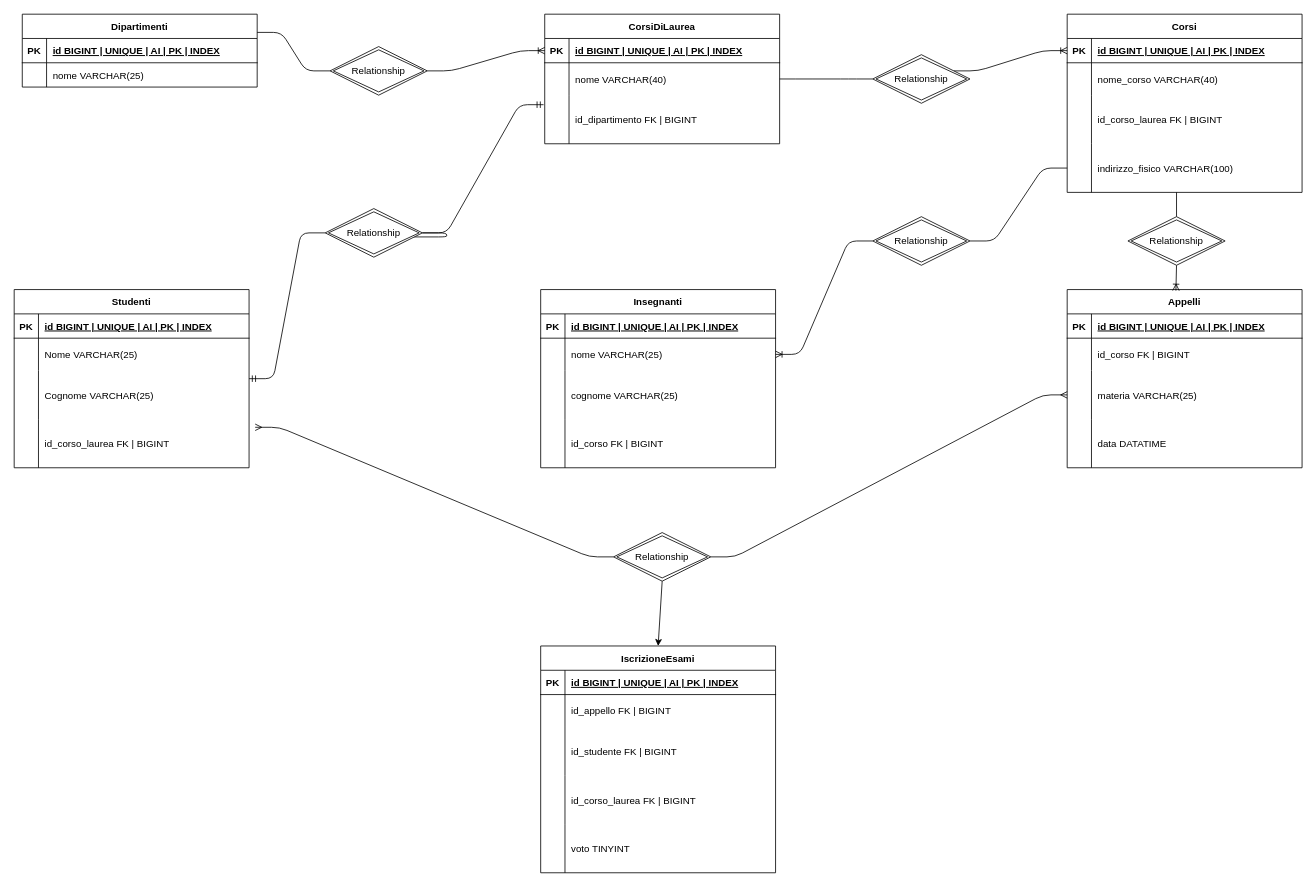
Kasketto001/db-university keeps this draw.io diagram as concept.drawio. Above is the earlier version. Source tidied: cells renumbered, new cells numbered last; positions are measured from the earlier drawing's top-left corner, leaving out a move shared by most shapes. Both pictures are drawn from the tidied source at 81%, with x=0, y=0 at pixel (14, 14).
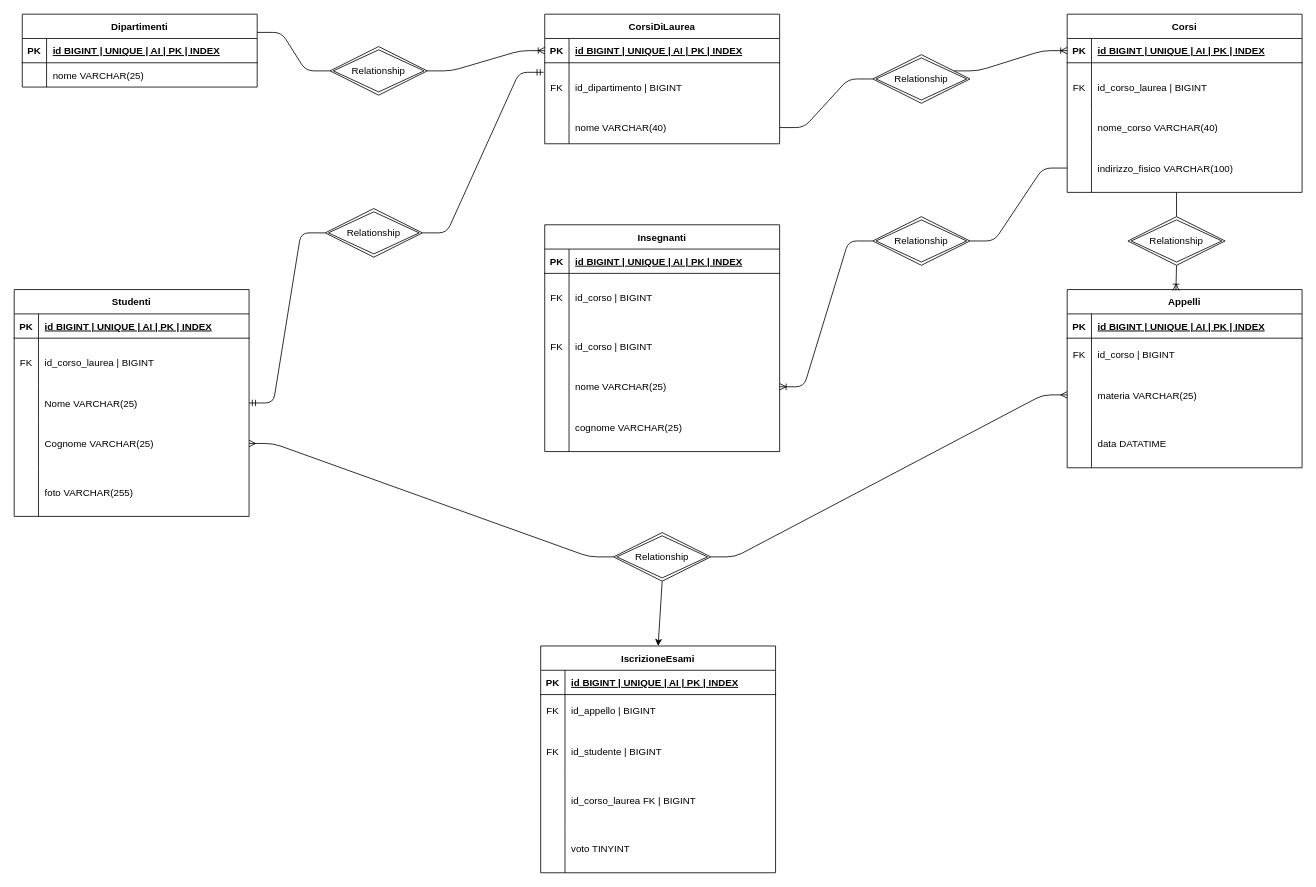
The same diagram, later.

Commit message (it also covers changes not shown here):
Add Concept png and refactoring

Unchanged cells that the change refers to:
```xml
<mxCell id="9" value="CorsiDiLaurea" style="shape=table;startSize=30;childLayout=tableLayout;rowLines=0;fontStyle=1;align=center;" parent="1" vertex="1">
  <mxGeometry x="655" width="290" height="160" as="geometry" />
</mxCell>
<mxCell id="19" value="Corsi" style="shape=table;startSize=30;childLayout=tableLayout;rowLines=0;fontStyle=1;align=center;" parent="1" vertex="1">
  <mxGeometry x="1300" width="290" height="220" as="geometry" />
</mxCell>
<mxCell id="49" style="shape=tableRow;horizontal=0;startSize=0;swimlaneHead=0;swimlaneBody=0;fillColor=none;top=0;left=0;right=0;bottom=0;" parent="45" vertex="1">
  <mxGeometry y="60" width="290" height="40" as="geometry" />
</mxCell>
<mxCell id="75" style="shape=tableRow;horizontal=0;startSize=0;swimlaneHead=0;swimlaneBody=0;fillColor=none;top=0;left=0;right=0;bottom=0;" parent="71" vertex="1">
  <mxGeometry y="60" width="290" height="40" as="geometry" />
</mxCell>
<mxCell id="78" style="shape=tableRow;horizontal=0;startSize=0;swimlaneHead=0;swimlaneBody=0;fillColor=none;top=0;left=0;right=0;bottom=0;" parent="71" vertex="1">
  <mxGeometry y="100" width="290" height="60" as="geometry" />
</mxCell>
<mxCell id="104" value="Relationship" style="shape=rhombus;double=1;perimeter=rhombusPerimeter;whiteSpace=wrap;html=1;align=center;" parent="1" vertex="1">
  <mxGeometry x="740" y="640" width="120" height="60" as="geometry" />
</mxCell>
<mxCell id="106" value="Relationship" style="shape=rhombus;double=1;perimeter=rhombusPerimeter;whiteSpace=wrap;html=1;align=center;" parent="1" vertex="1">
  <mxGeometry x="384" y="240" width="120" height="60" as="geometry" />
</mxCell>
```

Diff of the diagram source:
```diff
@@
+    <mxCell id="16" style="shape=tableRow;horizontal=0;startSize=0;swimlaneHead=0;swimlaneBody=0;fillColor=none;points=[[0,0.5],[1,0.5]];portConstraint=eastwest;top=0;left=0;right=0;bottom=0;" parent="9" vertex="1">
+      <mxGeometry y="60" width="290" height="60" as="geometry" />
+    </mxCell>
+    <mxCell id="17" value="FK" style="shape=partialRectangle;fillColor=none;top=0;left=0;bottom=0;right=0;overflow=hidden;" parent="16" vertex="1">
+      <mxGeometry width="30" height="60" as="geometry" />
+    </mxCell>
+    <mxCell id="18" value="id_dipartimento | BIGINT " style="shape=partialRectangle;fillColor=none;top=0;left=0;bottom=0;right=0;align=left;spacingLeft=6;overflow=hidden;" parent="16" vertex="1">
+      <mxGeometry x="30" width="260" height="60" as="geometry" />
+    </mxCell>
     <mxCell id="13" style="shape=tableRow;horizontal=0;startSize=0;swimlaneHead=0;swimlaneBody=0;fillColor=none;points=[[0,0.5],[1,0.5]];portConstraint=eastwest;top=0;left=0;right=0;bottom=0;" parent="9" vertex="1">
-      <mxGeometry y="60" width="290" height="40" as="geometry" />
+      <mxGeometry y="120" width="290" height="40" as="geometry" />
     </mxCell>
@@
-    <mxCell id="16" style="shape=tableRow;horizontal=0;startSize=0;swimlaneHead=0;swimlaneBody=0;fillColor=none;points=[[0,0.5],[1,0.5]];portConstraint=eastwest;top=0;left=0;right=0;bottom=0;" parent="9" vertex="1">
-      <mxGeometry y="100" width="290" height="60" as="geometry" />
-    </mxCell>
-    <mxCell id="17" style="shape=partialRectangle;fillColor=none;top=0;left=0;bottom=0;right=0;overflow=hidden;" parent="16" vertex="1">
-      <mxGeometry width="30" height="60" as="geometry" />
-    </mxCell>
-    <mxCell id="18" value="id_dipartimento FK | BIGINT " style="shape=partialRectangle;fillColor=none;top=0;left=0;bottom=0;right=0;align=left;spacingLeft=6;overflow=hidden;" parent="16" vertex="1">
-      <mxGeometry x="30" width="260" height="60" as="geometry" />
-    </mxCell>
@@
+    <mxCell id="26" style="shape=tableRow;horizontal=0;startSize=0;swimlaneHead=0;swimlaneBody=0;fillColor=none;top=0;left=0;right=0;bottom=0;" parent="19" vertex="1">
+      <mxGeometry y="60" width="290" height="60" as="geometry" />
+    </mxCell>
+    <mxCell id="27" value="FK" style="shape=partialRectangle;fillColor=none;top=0;left=0;bottom=0;right=0;overflow=hidden;" parent="26" vertex="1">
+      <mxGeometry width="30" height="60" as="geometry" />
+    </mxCell>
+    <mxCell id="28" value="id_corso_laurea | BIGINT " style="shape=partialRectangle;fillColor=none;top=0;left=0;bottom=0;right=0;align=left;spacingLeft=6;overflow=hidden;" parent="26" vertex="1">
+      <mxGeometry x="30" width="260" height="60" as="geometry" />
+    </mxCell>
     <mxCell id="23" style="shape=tableRow;horizontal=0;startSize=0;swimlaneHead=0;swimlaneBody=0;fillColor=none;top=0;left=0;right=0;bottom=0;" parent="19" vertex="1">
-      <mxGeometry y="60" width="290" height="40" as="geometry" />
+      <mxGeometry y="120" width="290" height="40" as="geometry" />
     </mxCell>
@@
-    <mxCell id="26" style="shape=tableRow;horizontal=0;startSize=0;swimlaneHead=0;swimlaneBody=0;fillColor=none;top=0;left=0;right=0;bottom=0;" parent="19" vertex="1">
-      <mxGeometry y="100" width="290" height="60" as="geometry" />
-    </mxCell>
-    <mxCell id="27" style="shape=partialRectangle;fillColor=none;top=0;left=0;bottom=0;right=0;overflow=hidden;" parent="26" vertex="1">
-      <mxGeometry width="30" height="60" as="geometry" />
-    </mxCell>
-    <mxCell id="28" value="id_corso_laurea FK | BIGINT " style="shape=partialRectangle;fillColor=none;top=0;left=0;bottom=0;right=0;align=left;spacingLeft=6;overflow=hidden;" parent="26" vertex="1">
-      <mxGeometry x="30" width="260" height="60" as="geometry" />
-    </mxCell>
@@
     <mxCell id="32" value="Insegnanti" style="shape=table;startSize=30;childLayout=tableLayout;rowLines=0;fontStyle=1;align=center;" parent="1" vertex="1">
-      <mxGeometry x="650" y="340" width="290" height="220" as="geometry" />
+      <mxGeometry x="655" y="260" width="290" height="280" as="geometry" />
     </mxCell>
@@
+    <mxCell id="42" style="shape=tableRow;horizontal=0;startSize=0;swimlaneHead=0;swimlaneBody=0;fillColor=none;top=0;left=0;right=0;bottom=0;" parent="32" vertex="1">
+      <mxGeometry y="60" width="290" height="60" as="geometry" />
+    </mxCell>
+    <mxCell id="43" value="FK" style="shape=partialRectangle;fillColor=none;top=0;left=0;bottom=0;right=0;overflow=hidden;" parent="42" vertex="1">
+      <mxGeometry width="30" height="60" as="geometry" />
+    </mxCell>
+    <mxCell id="44" value="id_corso | BIGINT " style="shape=partialRectangle;fillColor=none;top=0;left=0;bottom=0;right=0;align=left;spacingLeft=6;overflow=hidden;" parent="42" vertex="1">
+      <mxGeometry x="30" width="260" height="60" as="geometry" />
+    </mxCell>
+    <mxCell id="107" style="shape=tableRow;horizontal=0;startSize=0;swimlaneHead=0;swimlaneBody=0;fillColor=none;top=0;left=0;right=0;bottom=0;" parent="32" vertex="1">
+      <mxGeometry y="120" width="290" height="60" as="geometry" />
+    </mxCell>
+    <mxCell id="108" value="FK" style="shape=partialRectangle;fillColor=none;top=0;left=0;bottom=0;right=0;overflow=hidden;" parent="107" vertex="1">
+      <mxGeometry width="30" height="60" as="geometry" />
+    </mxCell>
+    <mxCell id="109" value="id_corso | BIGINT " style="shape=partialRectangle;fillColor=none;top=0;left=0;bottom=0;right=0;align=left;spacingLeft=6;overflow=hidden;" parent="107" vertex="1">
+      <mxGeometry x="30" width="260" height="60" as="geometry" />
+    </mxCell>
     <mxCell id="36" style="shape=tableRow;horizontal=0;startSize=0;swimlaneHead=0;swimlaneBody=0;fillColor=none;points=[[0,0.5],[1,0.5]];portConstraint=eastwest;top=0;left=0;right=0;bottom=0;" parent="32" vertex="1">
-      <mxGeometry y="60" width="290" height="40" as="geometry" />
+      <mxGeometry y="180" width="290" height="40" as="geometry" />
     </mxCell>
@@
     <mxCell id="39" style="shape=tableRow;horizontal=0;startSize=0;swimlaneHead=0;swimlaneBody=0;fillColor=none;top=0;left=0;right=0;bottom=0;" parent="32" vertex="1">
-      <mxGeometry y="100" width="290" height="60" as="geometry" />
+      <mxGeometry y="220" width="290" height="60" as="geometry" />
     </mxCell>
@@
-    <mxCell id="42" style="shape=tableRow;horizontal=0;startSize=0;swimlaneHead=0;swimlaneBody=0;fillColor=none;top=0;left=0;right=0;bottom=0;" parent="32" vertex="1">
-      <mxGeometry y="160" width="290" height="60" as="geometry" />
-    </mxCell>
-    <mxCell id="43" style="shape=partialRectangle;fillColor=none;top=0;left=0;bottom=0;right=0;overflow=hidden;" parent="42" vertex="1">
-      <mxGeometry width="30" height="60" as="geometry" />
-    </mxCell>
-    <mxCell id="44" value="id_corso FK | BIGINT " style="shape=partialRectangle;fillColor=none;top=0;left=0;bottom=0;right=0;align=left;spacingLeft=6;overflow=hidden;" parent="42" vertex="1">
-      <mxGeometry x="30" width="260" height="60" as="geometry" />
-    </mxCell>
@@
-    <mxCell id="50" style="shape=partialRectangle;fillColor=none;top=0;left=0;bottom=0;right=0;overflow=hidden;" parent="49" vertex="1">
+    <mxCell id="50" value="FK" style="shape=partialRectangle;fillColor=none;top=0;left=0;bottom=0;right=0;overflow=hidden;" parent="49" vertex="1">
       <mxGeometry width="30" height="40" as="geometry" />
     </mxCell>
-    <mxCell id="51" value="id_corso FK | BIGINT " style="shape=partialRectangle;fillColor=none;top=0;left=0;bottom=0;right=0;align=left;spacingLeft=6;overflow=hidden;" parent="49" vertex="1">
+    <mxCell id="51" value="id_corso | BIGINT " style="shape=partialRectangle;fillColor=none;top=0;left=0;bottom=0;right=0;align=left;spacingLeft=6;overflow=hidden;" parent="49" vertex="1">
       <mxGeometry x="30" width="260" height="40" as="geometry" />
     </mxCell>
@@
     <mxCell id="58" value="Studenti" style="shape=table;startSize=30;childLayout=tableLayout;rowLines=0;fontStyle=1;align=center;" parent="1" vertex="1">
-      <mxGeometry y="340" width="290" height="220" as="geometry" />
+      <mxGeometry y="340" width="290" height="280" as="geometry" />
     </mxCell>
@@
+    <mxCell id="68" style="shape=tableRow;horizontal=0;startSize=0;swimlaneHead=0;swimlaneBody=0;fillColor=none;points=[[0,0.5],[1,0.5]];portConstraint=eastwest;top=0;left=0;right=0;bottom=0;" parent="58" vertex="1">
+      <mxGeometry y="60" width="290" height="60" as="geometry" />
+    </mxCell>
+    <mxCell id="69" value="FK" style="shape=partialRectangle;fillColor=none;top=0;left=0;bottom=0;right=0;overflow=hidden;" parent="68" vertex="1">
+      <mxGeometry width="30" height="60" as="geometry" />
+    </mxCell>
+    <mxCell id="70" value="id_corso_laurea | BIGINT " style="shape=partialRectangle;fillColor=none;top=0;left=0;bottom=0;right=0;align=left;spacingLeft=6;overflow=hidden;" parent="68" vertex="1">
+      <mxGeometry x="30" width="260" height="60" as="geometry" />
+    </mxCell>
     <mxCell id="62" style="shape=tableRow;horizontal=0;startSize=0;swimlaneHead=0;swimlaneBody=0;fillColor=none;top=0;left=0;right=0;bottom=0;" parent="58" vertex="1">
-      <mxGeometry y="60" width="290" height="40" as="geometry" />
+      <mxGeometry y="120" width="290" height="40" as="geometry" />
     </mxCell>
@@
     <mxCell id="65" style="shape=tableRow;horizontal=0;startSize=0;swimlaneHead=0;swimlaneBody=0;fillColor=none;points=[[0,0.5],[1,0.5]];portConstraint=eastwest;top=0;left=0;right=0;bottom=0;" parent="58" vertex="1">
-      <mxGeometry y="100" width="290" height="60" as="geometry" />
+      <mxGeometry y="160" width="290" height="60" as="geometry" />
     </mxCell>
@@
-    <mxCell id="68" style="shape=tableRow;horizontal=0;startSize=0;swimlaneHead=0;swimlaneBody=0;fillColor=none;points=[[0,0.5],[1,0.5]];portConstraint=eastwest;top=0;left=0;right=0;bottom=0;" parent="58" vertex="1">
-      <mxGeometry y="160" width="290" height="60" as="geometry" />
-    </mxCell>
-    <mxCell id="69" style="shape=partialRectangle;fillColor=none;top=0;left=0;bottom=0;right=0;overflow=hidden;" parent="68" vertex="1">
-      <mxGeometry width="30" height="60" as="geometry" />
-    </mxCell>
-    <mxCell id="70" value="id_corso_laurea FK | BIGINT " style="shape=partialRectangle;fillColor=none;top=0;left=0;bottom=0;right=0;align=left;spacingLeft=6;overflow=hidden;" parent="68" vertex="1">
-      <mxGeometry x="30" width="260" height="60" as="geometry" />
-    </mxCell>
+    <mxCell id="110" style="shape=tableRow;horizontal=0;startSize=0;swimlaneHead=0;swimlaneBody=0;fillColor=none;top=0;left=0;right=0;bottom=0;" parent="58" vertex="1">
+      <mxGeometry y="220" width="290" height="60" as="geometry" />
+    </mxCell>
+    <mxCell id="111" style="shape=partialRectangle;fillColor=none;top=0;left=0;bottom=0;right=0;overflow=hidden;" parent="110" vertex="1">
+      <mxGeometry width="30" height="60" as="geometry" />
+    </mxCell>
+    <mxCell id="112" value="foto VARCHAR(255) " style="shape=partialRectangle;fillColor=none;top=0;left=0;bottom=0;right=0;align=left;spacingLeft=6;overflow=hidden;" parent="110" vertex="1">
+      <mxGeometry x="30" width="260" height="60" as="geometry" />
+    </mxCell>
@@
-    <mxCell id="76" style="shape=partialRectangle;fillColor=none;top=0;left=0;bottom=0;right=0;overflow=hidden;" parent="75" vertex="1">
+    <mxCell id="76" value="FK" style="shape=partialRectangle;fillColor=none;top=0;left=0;bottom=0;right=0;overflow=hidden;" parent="75" vertex="1">
       <mxGeometry width="30" height="40" as="geometry" />
     </mxCell>
-    <mxCell id="77" value="id_appello FK | BIGINT " style="shape=partialRectangle;fillColor=none;top=0;left=0;bottom=0;right=0;align=left;spacingLeft=6;overflow=hidden;" parent="75" vertex="1">
+    <mxCell id="77" value="id_appello | BIGINT " style="shape=partialRectangle;fillColor=none;top=0;left=0;bottom=0;right=0;align=left;spacingLeft=6;overflow=hidden;" parent="75" vertex="1">
       <mxGeometry x="30" width="260" height="40" as="geometry" />
     </mxCell>
@@
-    <mxCell id="79" style="shape=partialRectangle;fillColor=none;top=0;left=0;bottom=0;right=0;overflow=hidden;" parent="78" vertex="1">
+    <mxCell id="79" value="FK" style="shape=partialRectangle;fillColor=none;top=0;left=0;bottom=0;right=0;overflow=hidden;" parent="78" vertex="1">
       <mxGeometry width="30" height="60" as="geometry" />
     </mxCell>
-    <mxCell id="80" value="id_studente FK | BIGINT " style="shape=partialRectangle;fillColor=none;top=0;left=0;bottom=0;right=0;align=left;spacingLeft=6;overflow=hidden;" parent="78" vertex="1">
+    <mxCell id="80" value="id_studente | BIGINT " style="shape=partialRectangle;fillColor=none;top=0;left=0;bottom=0;right=0;align=left;spacingLeft=6;overflow=hidden;" parent="78" vertex="1">
       <mxGeometry x="30" width="260" height="60" as="geometry" />
     </mxCell>
@@
-    <mxCell id="100" style="edgeStyle=entityRelationEdgeStyle;fontSize=12;html=1;endArrow=none;startArrow=none;entryX=0;entryY=0.5;entryDx=0;entryDy=0;" parent="1" edge="1" source="106">
-      <mxGeometry relative="1" as="geometry">
-        <mxPoint x="440" y="280" as="targetPoint" />
-      </mxGeometry>
-    </mxCell>
@@
-    <mxCell id="102" style="edgeStyle=entityRelationEdgeStyle;fontSize=12;html=1;endArrow=none;startArrow=ERmany;exitX=1.026;exitY=0.167;exitDx=0;exitDy=0;exitPerimeter=0;" parent="1" edge="1" source="68" target="104">
+    <mxCell id="102" style="edgeStyle=entityRelationEdgeStyle;fontSize=12;html=1;endArrow=none;startArrow=ERmany;exitX=1;exitY=0.5;exitDx=0;exitDy=0;" parent="1" edge="1" source="65" target="104">
       <mxGeometry relative="1" as="geometry" />
     </mxCell>
```
